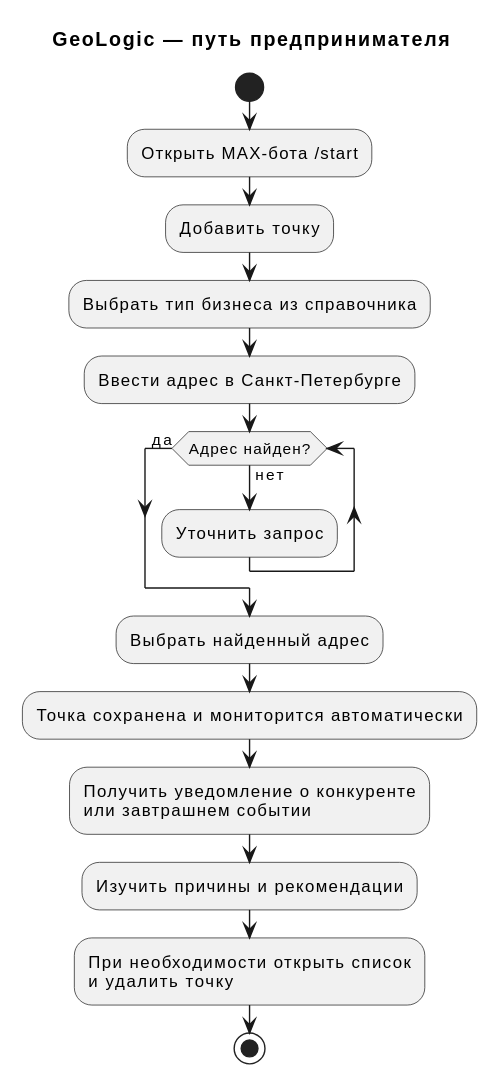
Above: docs/diagrams/rendered/cjm-owner.svg in kotafan1rich/GeoLogic-Monitor (PlantUML), before the change. Source of this version:
```plantuml
@startuml
title GeoLogic — путь предпринимателя
skinparam shadowing false
start
:Открыть MAX-бота /start;
:Добавить точку;
:Выбрать тип бизнеса из справочника;
:Ввести адрес в Санкт-Петербурге;
while (Адрес найден?) is (нет)
 :Уточнить запрос;
endwhile (да)
:Выбрать найденный адрес;
:Точка сохранена и мониторится автоматически;
:Получить уведомление о конкуренте\nили завтрашнем событии;
:Изучить причины и рекомендации;
:При необходимости открыть список\nи удалить точку;
stop
@enduml
```
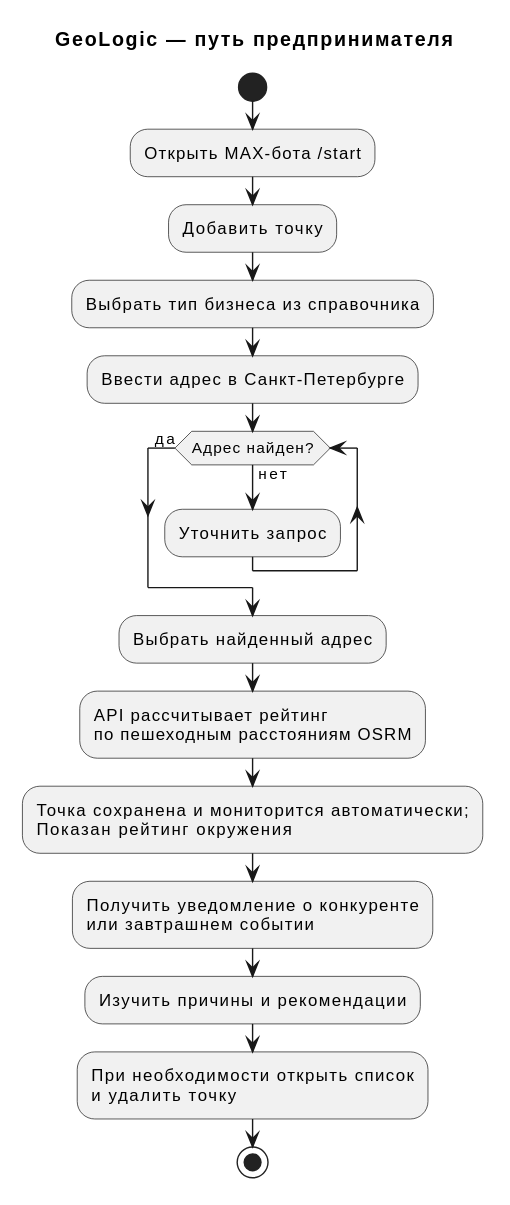
Above is the later version.

What changed in the source:
```diff
@@ -10,7 +10,8 @@
  :Уточнить запрос;
 endwhile (да)
 :Выбрать найденный адрес;
-:Точка сохранена и мониторится автоматически;
+:API рассчитывает рейтинг\nпо пешеходным расстояниям OSRM;
+:Точка сохранена и мониторится автоматически;\nПоказан рейтинг окружения;
 :Получить уведомление о конкуренте\nили завтрашнем событии;
 :Изучить причины и рекомендации;
 :При необходимости открыть список\nи удалить точку;
```
